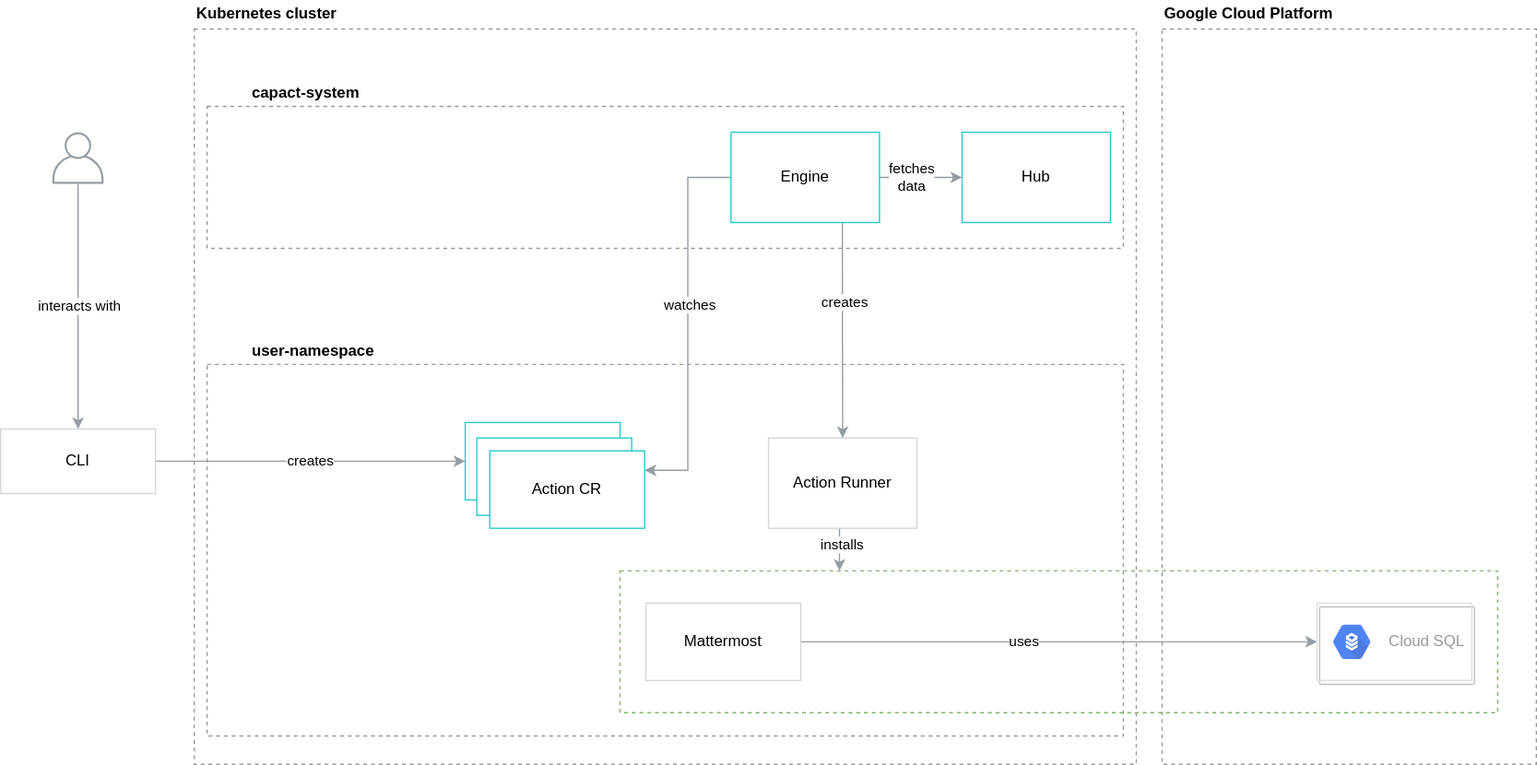
The draw.io diagram docs/example/assets/install-gcp.svg in capactio/website, before a commit. Source tidied: cells renumbered, new cells last; positions are measured from the earlier drawing's top-left corner, leaving out a move shared by most shapes.
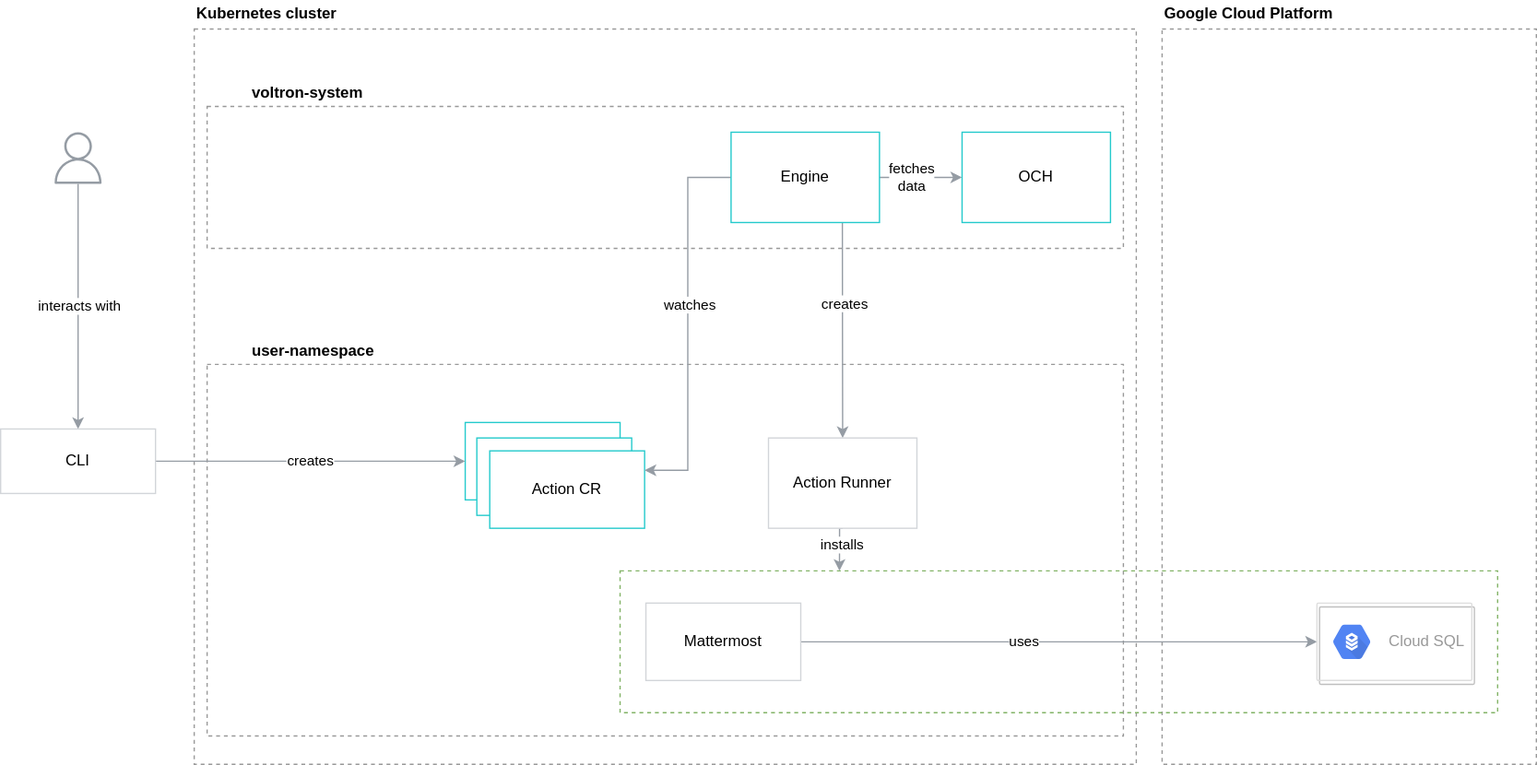
The same diagram one commit later.

The edit, as a diff of the source:
```diff
@@ -2,6 +2,9 @@
   <root>
     <mxCell id="0" />
     <mxCell id="1" parent="0" />
+    <mxCell id="36" style="rounded=0;whiteSpace=wrap;html=1;strokeColor=none;" parent="1" vertex="1">
+      <mxGeometry width="1190" height="590" as="geometry" />
+    </mxCell>
     <mxCell id="2" style="rounded=0;whiteSpace=wrap;html=1;dashed=1;fillColor=none;strokeColor=#999999;" parent="1" vertex="1">
       <mxGeometry x="900" y="22" width="290" height="570" as="geometry" />
     </mxCell>
```
